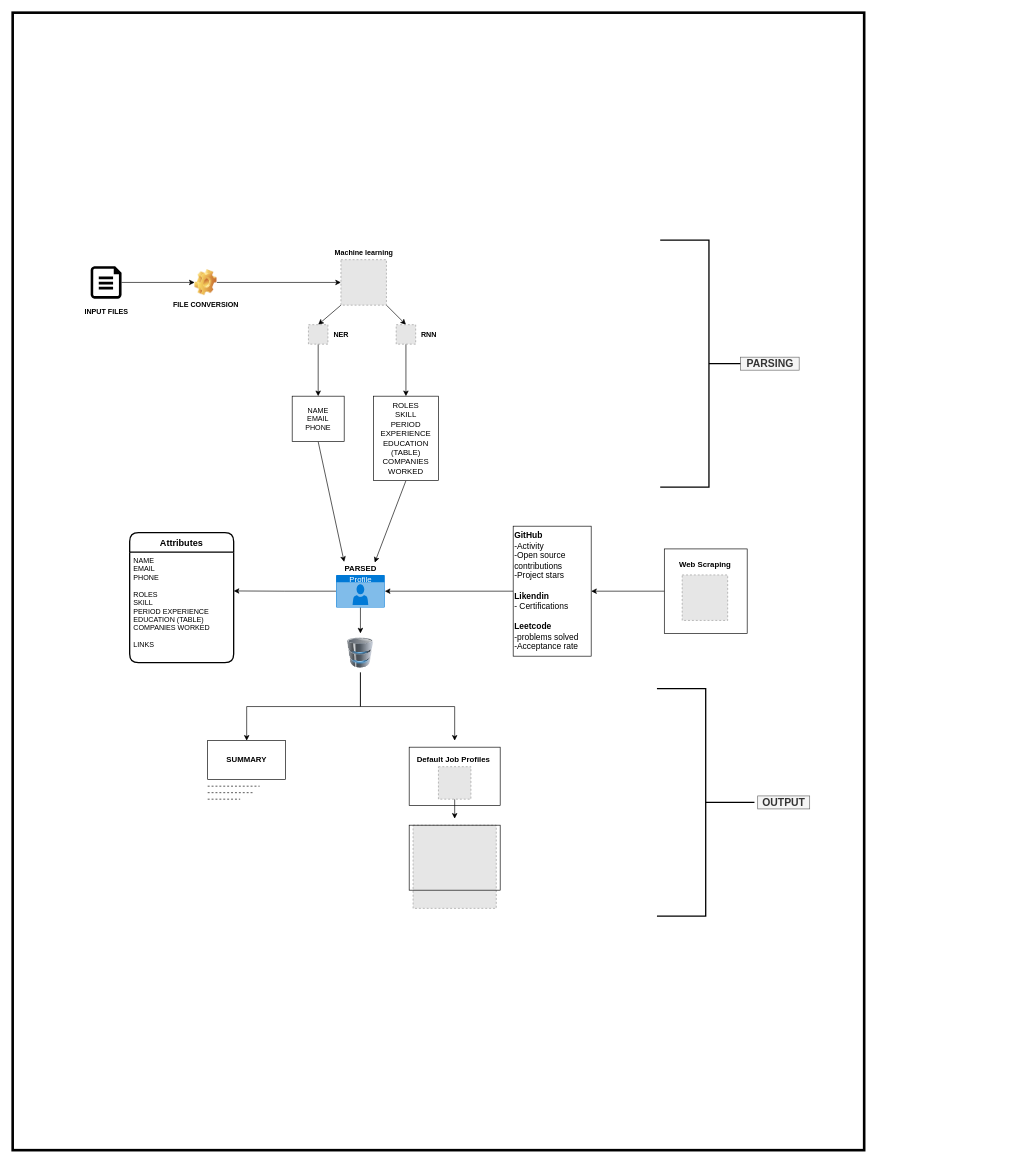
Earlier version of the draw.io diagram page "Page-2" (2 of 2) of Untitled Diagram.drawio (gamingflexer/DeepBlue). Source tidied: cells renumbered, new cells numbered last; positions are measured from the earlier drawing's top-left corner, leaving out a move shared by most shapes. Both pictures are drawn from the tidied source at 65%, with x=0, y=0 at pixel (12, 12). Pictures stored in the file or linked from it are replaced by grey dashed boxes.
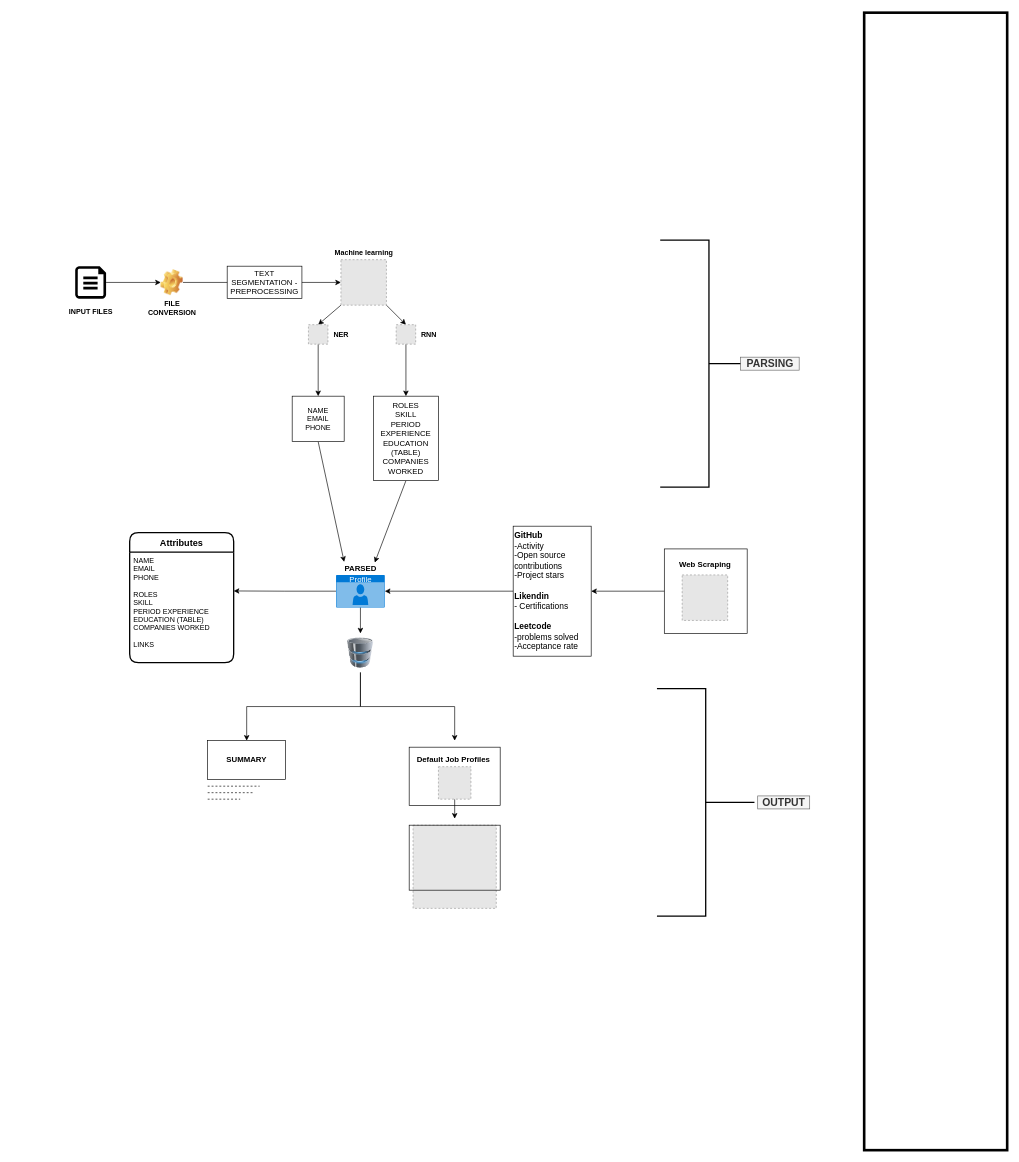
The same page after the edit.

Change to the diagram source:
```diff
@@
     <mxCell id="6" style="verticalLabelPosition=bottom;html=1;verticalAlign=top;align=center;strokeColor=none;fillColor=#000000;shape=mxgraph.azure.cloud_services_configuration_file;" parent="1" vertex="1">
-      <mxGeometry x="120" y="390" width="47.5" height="50" as="geometry" />
+      <mxGeometry x="96.2" y="390" width="47.5" height="50" as="geometry" />
     </mxCell>
@@
     <mxCell id="9" style="shape=image;html=1;verticalLabelPosition=bottom;verticalAlign=top;imageAspect=1;image=img/clipart/Gear_128x128.png;" parent="1" vertex="1">
-      <mxGeometry x="280" y="395" width="34.1" height="40" as="geometry" />
+      <mxGeometry x="227.9" y="395" width="34.1" height="40" as="geometry" />
     </mxCell>
@@
     <mxCell id="27" value="&lt;b&gt;INPUT FILES&lt;/b&gt;" style="text;html=1;align=center;verticalAlign=middle;strokeColor=none;fillColor=none;fontSize=11;fontColor=default;" parent="1" vertex="1">
-      <mxGeometry x="103.8" y="450" width="80" height="20" as="geometry" />
+      <mxGeometry x="80" y="450" width="80" height="20" as="geometry" />
     </mxCell>
-    <mxCell id="28" value="&lt;b&gt;FILE CONVERSION&lt;/b&gt;" style="text;html=1;align=center;verticalAlign=middle;strokeColor=none;fillColor=none;fontSize=11;fontColor=default;" parent="1" vertex="1">
-      <mxGeometry x="237.1" y="440" width="120" height="20" as="geometry" />
+    <mxCell id="28" value="&lt;b&gt;FILE &lt;br&gt;CONVERSION&lt;/b&gt;" style="text;html=1;align=center;verticalAlign=middle;strokeColor=none;fillColor=none;fontSize=11;fontColor=default;" parent="1" vertex="1">
+      <mxGeometry x="200" y="440" width="90" height="30" as="geometry" />
     </mxCell>
@@
     <mxCell id="52" style="rounded=0;whiteSpace=wrap;html=1;shadow=0;sketch=0;fontSize=16;fontColor=default;strokeColor=#000000;strokeWidth=4;fillColor=none;gradientColor=none;align=center;" parent="1" vertex="1">
-      <mxGeometry width="1310" height="1750" as="geometry" />
+      <mxGeometry x="1310" width="220" height="1750" as="geometry" />
     </mxCell>
+    <mxCell id="53" value="TEXT SEGMENTATION -PREPROCESSING" style="whiteSpace=wrap;html=1;" parent="1" vertex="1">
+      <mxGeometry x="330" y="390" width="115" height="50" as="geometry" />
+    </mxCell>
```
